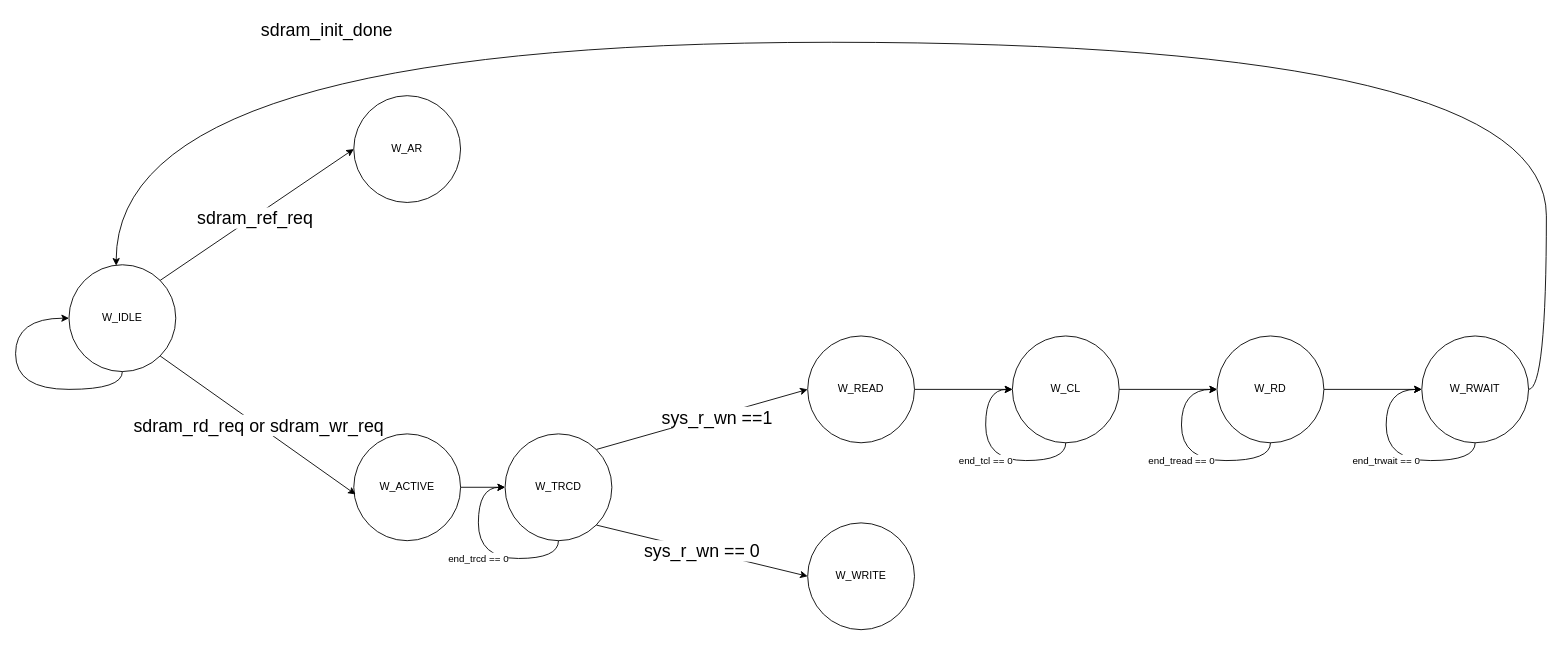
The draw.io diagram hardware/sdram_states.drawio in Manistein/let-us-build-a-computer-system, before the edit. Source tidied: cells renumbered, new cells numbered last; positions are measured from the earlier drawing's top-left corner, leaving out a move shared by most shapes. Both pictures are drawn from the tidied source at 89%, with x=0, y=0 at pixel (15, 15).
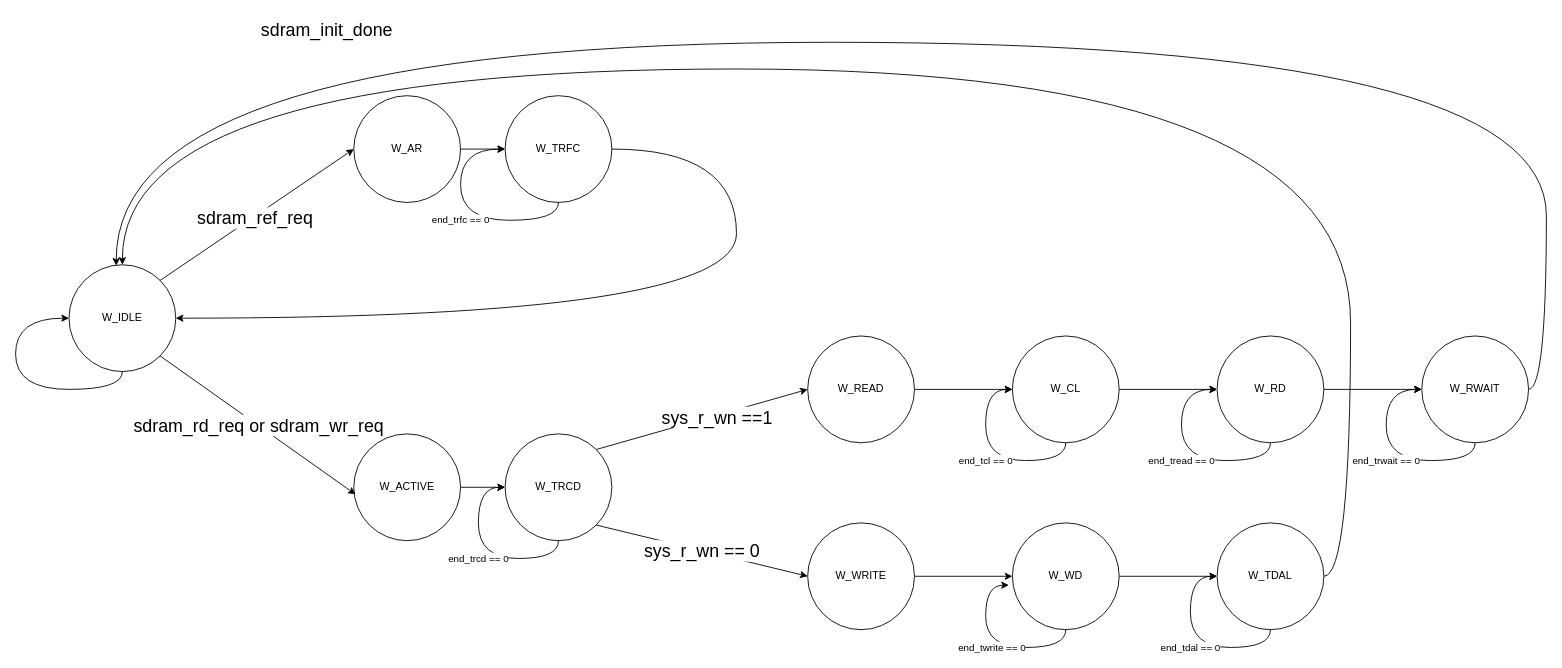
After the change.

The change refers to these unchanged cells:
```xml
<mxCell id="2" value="W_IDLE" style="ellipse;whiteSpace=wrap;html=1;" parent="1" vertex="1">
  <mxGeometry x="60" y="280" width="120" height="120" as="geometry" />
</mxCell>
<mxCell id="3" value="W_AR" style="ellipse;whiteSpace=wrap;html=1;" parent="1" vertex="1">
  <mxGeometry x="380" y="90" width="120" height="120" as="geometry" />
</mxCell>
<mxCell id="17" value="W_WRITE" style="ellipse;whiteSpace=wrap;html=1;" parent="1" vertex="1">
  <mxGeometry x="890" y="570" width="120" height="120" as="geometry" />
</mxCell>
```

What changed in the source:
```diff
@@
+    <mxCell id="28" style="edgeStyle=orthogonalEdgeStyle;rounded=0;jettySize=auto;html=1;exitX=1;exitY=0.5;exitDx=0;exitDy=0;entryX=0;entryY=0.5;entryDx=0;entryDy=0;" parent="1" edge="1" source="3" target="37">
+      <mxGeometry relative="1" as="geometry" />
+    </mxCell>
@@
+    <mxCell id="29" style="edgeStyle=orthogonalEdgeStyle;rounded=0;jettySize=auto;html=1;entryX=0;entryY=0.5;entryDx=0;entryDy=0;" parent="1" edge="1" source="17" target="31">
+      <mxGeometry relative="1" as="geometry" />
+    </mxCell>
@@
+    <mxCell id="30" style="edgeStyle=orthogonalEdgeStyle;rounded=0;jettySize=auto;html=1;exitX=1;exitY=0.5;exitDx=0;exitDy=0;entryX=0;entryY=0.5;entryDx=0;entryDy=0;" parent="1" edge="1" source="31" target="34">
+      <mxGeometry relative="1" as="geometry" />
+    </mxCell>
+    <mxCell id="31" value="W_WD" style="ellipse;whiteSpace=wrap;html=1;" parent="1" vertex="1">
+      <mxGeometry x="1120" y="570" width="120" height="120" as="geometry" />
+    </mxCell>
+    <mxCell id="32" value="end_twrite == 0" style="edgeStyle=orthogonalEdgeStyle;rounded=0;orthogonalLoop=1;jettySize=auto;html=1;exitX=0.5;exitY=1;exitDx=0;exitDy=0;entryX=-0.033;entryY=0.583;entryDx=0;entryDy=0;entryPerimeter=0;curved=1;" parent="1" edge="1" source="31" target="31">
+      <mxGeometry relative="1" as="geometry">
+        <Array as="points">
+          <mxPoint x="1180" y="710" />
+          <mxPoint x="1090" y="710" />
+          <mxPoint x="1090" y="640" />
+        </Array>
+      </mxGeometry>
+    </mxCell>
+    <mxCell id="33" style="edgeStyle=orthogonalEdgeStyle;rounded=0;jettySize=auto;html=1;exitX=1;exitY=0.5;exitDx=0;exitDy=0;entryX=0.5;entryY=0;entryDx=0;entryDy=0;curved=1;" parent="1" edge="1" source="34" target="2">
+      <mxGeometry relative="1" as="geometry">
+        <Array as="points">
+          <mxPoint x="1500" y="630" />
+          <mxPoint x="1500" y="60" />
+          <mxPoint x="120" y="60" />
+        </Array>
+      </mxGeometry>
+    </mxCell>
+    <mxCell id="34" value="W_TDAL" style="ellipse;whiteSpace=wrap;html=1;" parent="1" vertex="1">
+      <mxGeometry x="1350" y="570" width="120" height="120" as="geometry" />
+    </mxCell>
+    <mxCell id="35" value="end_tdal == 0" style="edgeStyle=orthogonalEdgeStyle;rounded=0;orthogonalLoop=1;jettySize=auto;html=1;exitX=0.5;exitY=1;exitDx=0;exitDy=0;entryX=0;entryY=0.5;entryDx=0;entryDy=0;curved=1;" parent="1" edge="1" source="34" target="34">
+      <mxGeometry relative="1" as="geometry">
+        <Array as="points">
+          <mxPoint x="1410" y="710" />
+          <mxPoint x="1320" y="710" />
+          <mxPoint x="1320" y="630" />
+        </Array>
+      </mxGeometry>
+    </mxCell>
+    <mxCell id="36" style="edgeStyle=orthogonalEdgeStyle;rounded=0;jettySize=auto;html=1;exitX=1;exitY=0.5;exitDx=0;exitDy=0;entryX=1;entryY=0.5;entryDx=0;entryDy=0;curved=1;" parent="1" edge="1" source="37" target="2">
+      <mxGeometry relative="1" as="geometry">
+        <Array as="points">
+          <mxPoint x="810" y="150" />
+          <mxPoint x="810" y="340" />
+        </Array>
+      </mxGeometry>
+    </mxCell>
+    <mxCell id="37" value="W_TRFC" style="ellipse;whiteSpace=wrap;html=1;" parent="1" vertex="1">
+      <mxGeometry x="550" y="90" width="120" height="120" as="geometry" />
+    </mxCell>
+    <mxCell id="38" value="end_trfc == 0" style="edgeStyle=orthogonalEdgeStyle;rounded=0;orthogonalLoop=1;jettySize=auto;html=1;exitX=0.5;exitY=1;exitDx=0;exitDy=0;entryX=0;entryY=0.5;entryDx=0;entryDy=0;curved=1;" parent="1" edge="1" source="37" target="37">
+      <mxGeometry relative="1" as="geometry">
+        <Array as="points">
+          <mxPoint x="610" y="230" />
+          <mxPoint x="500" y="230" />
+          <mxPoint x="500" y="150" />
+        </Array>
+      </mxGeometry>
+    </mxCell>
```
